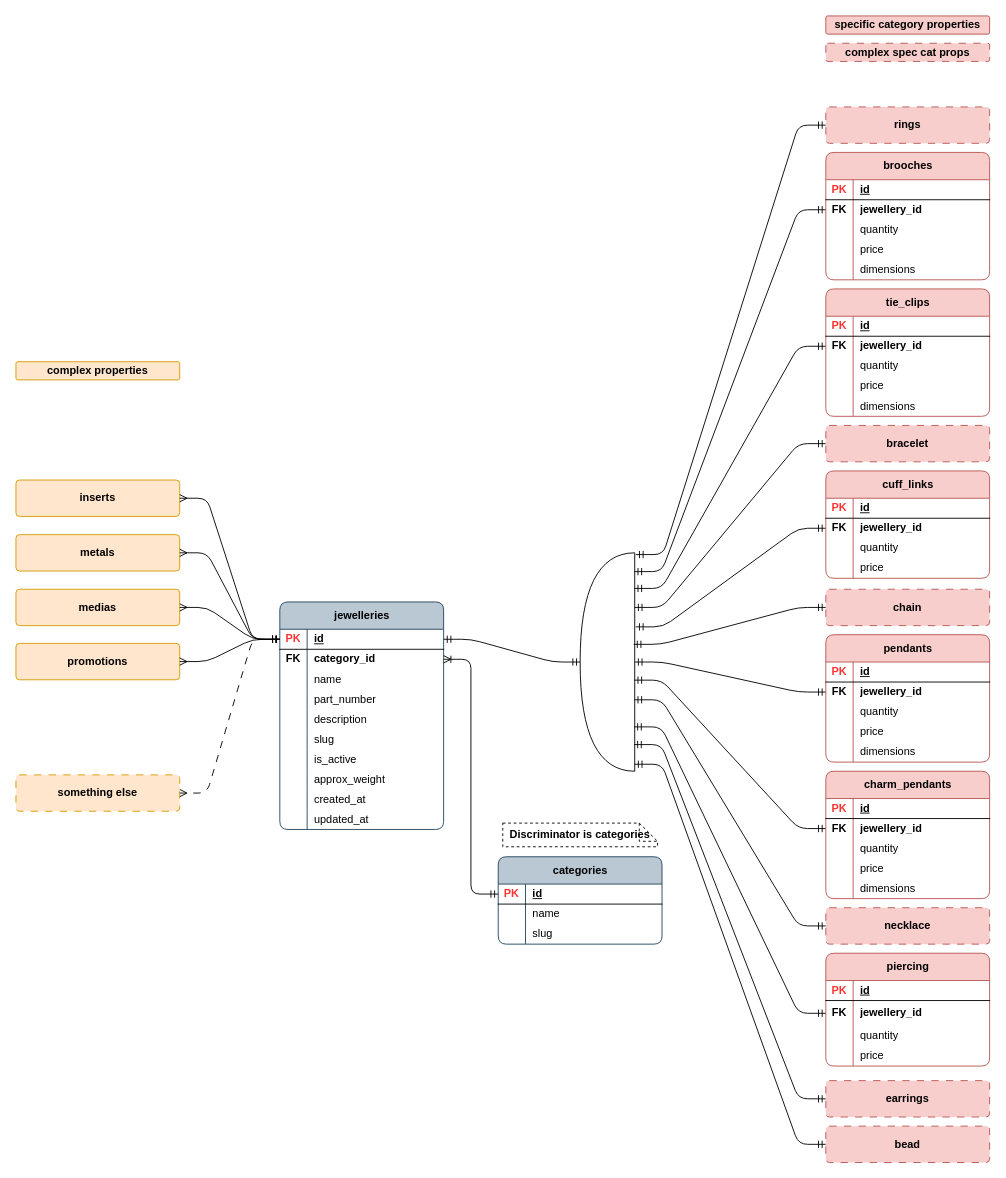
Above: page "psql_jewellery" (1 of 14) of publisher/laravel-app/psql_jewellery_items.drawio in Local-development-environment/msg-brokers-publisher-consumer (draw.io), before the change. Source tidied: cells renumbered, new cells numbered last; positions are measured from the earlier drawing's top-left corner, leaving out a move shared by most shapes. Both pictures are drawn from the tidied source at 91%, with x=0, y=0 at pixel (15, 15).
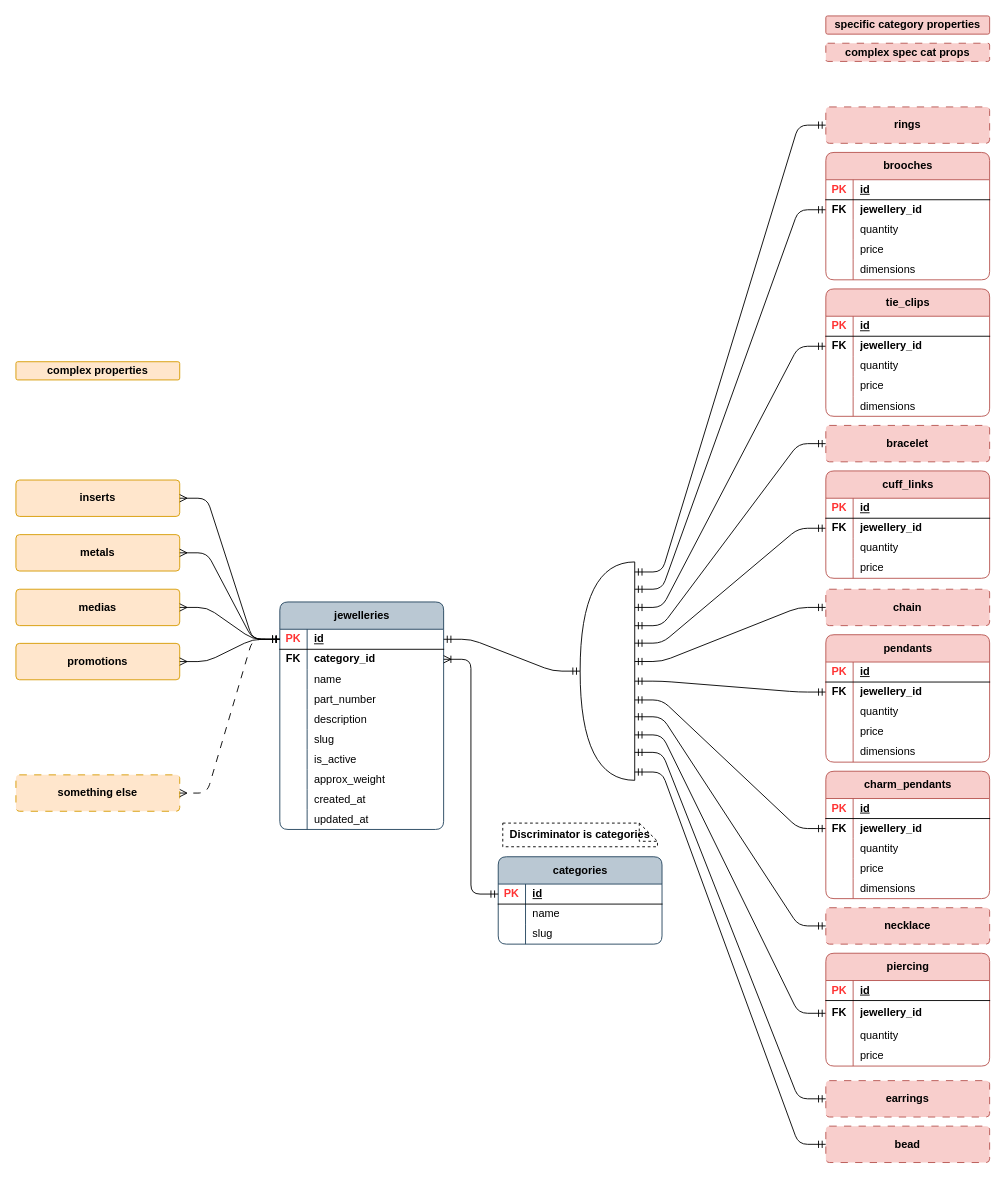
The same diagram, later.

Unchanged cells that the change refers to:
```xml
<mxCell id="62" style="shape=tableRow;horizontal=0;startSize=0;swimlaneHead=0;swimlaneBody=0;fillColor=none;points=[[0,0.5],[1,0.5]];portConstraint=eastwest;top=0;left=0;right=0;bottom=0;rounded=0;" parent="58" vertex="1">
  <mxGeometry y="52" width="180" height="22" as="geometry" />
</mxCell>
<mxCell id="74" value="&lt;b&gt;rings&lt;/b&gt;" style="rounded=1;arcSize=10;whiteSpace=wrap;html=1;align=center;fillColor=#f8cecc;strokeColor=#b85450;dashed=1;dashPattern=8 8;" parent="1" vertex="1">
  <mxGeometry x="890" y="100" width="180" height="40" as="geometry" />
</mxCell>
<mxCell id="79" style="shape=tableRow;horizontal=0;startSize=0;swimlaneHead=0;swimlaneBody=0;fillColor=none;points=[[0,0.5],[1,0.5]];portConstraint=eastwest;top=0;left=0;right=0;bottom=0;rounded=0;" parent="75" vertex="1">
  <mxGeometry y="52" width="180" height="22" as="geometry" />
</mxCell>
<mxCell id="91" value="&lt;b&gt;bracelet&lt;/b&gt;" style="rounded=1;arcSize=10;whiteSpace=wrap;html=1;align=center;fillColor=#f8cecc;strokeColor=#b85450;dashed=1;dashPattern=8 8;" parent="1" vertex="1">
  <mxGeometry x="890" y="450" width="180" height="40" as="geometry" />
</mxCell>
<mxCell id="96" style="shape=tableRow;horizontal=0;startSize=0;swimlaneHead=0;swimlaneBody=0;fillColor=none;points=[[0,0.5],[1,0.5]];portConstraint=eastwest;top=0;left=0;right=0;bottom=0;rounded=0;" parent="92" vertex="1">
  <mxGeometry y="52" width="180" height="22" as="geometry" />
</mxCell>
<mxCell id="105" value="&lt;b&gt;chain&lt;/b&gt;" style="rounded=1;arcSize=10;whiteSpace=wrap;html=1;align=center;fillColor=#f8cecc;strokeColor=#b85450;dashed=1;dashPattern=8 8;" parent="1" vertex="1">
  <mxGeometry x="890" y="630" width="180" height="40" as="geometry" />
</mxCell>
<mxCell id="110" style="shape=tableRow;horizontal=0;startSize=0;swimlaneHead=0;swimlaneBody=0;fillColor=none;points=[[0,0.5],[1,0.5]];portConstraint=eastwest;top=0;left=0;right=0;bottom=0;rounded=0;" parent="106" vertex="1">
  <mxGeometry y="52" width="180" height="22" as="geometry" />
</mxCell>
<mxCell id="126" style="shape=tableRow;horizontal=0;startSize=0;swimlaneHead=0;swimlaneBody=0;fillColor=none;points=[[0,0.5],[1,0.5]];portConstraint=eastwest;top=0;left=0;right=0;bottom=0;rounded=0;" parent="122" vertex="1">
  <mxGeometry y="52" width="180" height="22" as="geometry" />
</mxCell>
<mxCell id="138" value="&lt;b&gt;necklace&lt;/b&gt;" style="rounded=1;arcSize=10;whiteSpace=wrap;html=1;align=center;fillColor=#f8cecc;strokeColor=#b85450;dashed=1;dashPattern=8 8;" parent="1" vertex="1">
  <mxGeometry x="890" y="980" width="180" height="40" as="geometry" />
</mxCell>
<mxCell id="143" style="shape=tableRow;horizontal=0;startSize=0;swimlaneHead=0;swimlaneBody=0;fillColor=none;points=[[0,0.5],[1,0.5]];portConstraint=eastwest;top=0;left=0;right=0;bottom=0;rounded=0;" parent="139" vertex="1">
  <mxGeometry y="52" width="180" height="28" as="geometry" />
</mxCell>
<mxCell id="153" value="&lt;b&gt;bead&lt;/b&gt;" style="rounded=1;arcSize=10;whiteSpace=wrap;html=1;align=center;fillColor=#f8cecc;strokeColor=#b85450;dashed=1;dashPattern=8 8;" parent="1" vertex="1">
  <mxGeometry x="890" y="1220" width="180" height="40" as="geometry" />
</mxCell>
<mxCell id="154" value="&lt;b&gt;earrings&lt;/b&gt;" style="rounded=1;arcSize=10;whiteSpace=wrap;html=1;align=center;fillColor=#f8cecc;strokeColor=#b85450;dashed=1;dashPattern=8 8;" parent="1" vertex="1">
  <mxGeometry x="890" y="1170" width="180" height="40" as="geometry" />
</mxCell>
```

The edit, as a diff of the source:
```diff
@@
     <mxCell id="33" style="shape=or;whiteSpace=wrap;html=1;fillColor=none;direction=west;" parent="1" vertex="1">
-      <mxGeometry x="620" y="590" width="60" height="240" as="geometry" />
+      <mxGeometry x="620" y="600" width="60" height="240" as="geometry" />
     </mxCell>
-    <mxCell id="34" style="edgeStyle=entityRelationEdgeStyle;fontSize=12;html=1;endArrow=ERmandOne;startArrow=ERmandOne;rounded=1;curved=0;entryX=0;entryY=0.5;entryDx=0;entryDy=0;exitX=-0.02;exitY=0.992;exitDx=0;exitDy=0;exitPerimeter=0;" parent="1" edge="1" source="33" target="74">
+    <mxCell id="34" style="edgeStyle=entityRelationEdgeStyle;fontSize=12;html=1;endArrow=ERmandOne;startArrow=ERmandOne;rounded=1;curved=0;entryX=0;entryY=0.5;entryDx=0;entryDy=0;exitX=0;exitY=0.954;exitDx=0;exitDy=0;exitPerimeter=0;" parent="1" edge="1" source="33" target="74">
       <mxGeometry relative="1" as="geometry" />
     </mxCell>
-    <mxCell id="35" style="edgeStyle=entityRelationEdgeStyle;fontSize=12;html=1;endArrow=ERmandOne;startArrow=ERmandOne;rounded=1;curved=0;entryX=0;entryY=0.5;entryDx=0;entryDy=0;exitX=0.007;exitY=0.914;exitDx=0;exitDy=0;exitPerimeter=0;" parent="1" edge="1" source="33" target="62">
+    <mxCell id="35" style="edgeStyle=entityRelationEdgeStyle;fontSize=12;html=1;endArrow=ERmandOne;startArrow=ERmandOne;rounded=1;curved=0;entryX=0;entryY=0.5;entryDx=0;entryDy=0;exitX=0;exitY=0.875;exitDx=0;exitDy=0;exitPerimeter=0;" parent="1" edge="1" source="33" target="62">
       <mxGeometry relative="1" as="geometry" />
     </mxCell>
-    <mxCell id="36" style="edgeStyle=entityRelationEdgeStyle;fontSize=12;html=1;endArrow=ERmandOne;startArrow=ERmandOne;rounded=1;curved=0;entryX=0;entryY=0.5;entryDx=0;entryDy=0;exitX=-0.02;exitY=0.661;exitDx=0;exitDy=0;exitPerimeter=0;" parent="1" edge="1" source="33" target="96">
+    <mxCell id="36" style="edgeStyle=entityRelationEdgeStyle;fontSize=12;html=1;endArrow=ERmandOne;startArrow=ERmandOne;rounded=1;curved=0;entryX=0;entryY=0.5;entryDx=0;entryDy=0;exitX=0;exitY=0.628;exitDx=0;exitDy=0;exitPerimeter=0;" parent="1" edge="1" source="33" target="96">
       <mxGeometry relative="1" as="geometry" />
     </mxCell>
@@
-    <mxCell id="38" style="edgeStyle=entityRelationEdgeStyle;fontSize=12;html=1;endArrow=ERmandOne;startArrow=ERmandOne;rounded=1;curved=0;entryX=0;entryY=0.5;entryDx=0;entryDy=0;exitX=0.007;exitY=0.837;exitDx=0;exitDy=0;exitPerimeter=0;" parent="1" edge="1" source="33" target="79">
-      <mxGeometry relative="1" as="geometry" />
+    <mxCell id="38" style="edgeStyle=entityRelationEdgeStyle;fontSize=12;html=1;endArrow=ERmandOne;startArrow=ERmandOne;rounded=1;curved=0;entryX=0;entryY=0.5;entryDx=0;entryDy=0;" parent="1" edge="1" target="79">
+      <mxGeometry relative="1" as="geometry">
+        <mxPoint x="680" y="650" as="sourcePoint" />
+      </mxGeometry>
     </mxCell>
-    <mxCell id="39" style="edgeStyle=entityRelationEdgeStyle;fontSize=12;html=1;endArrow=ERmandOne;startArrow=ERmandOne;rounded=1;curved=0;entryX=0;entryY=0.5;entryDx=0;entryDy=0;exitX=0;exitY=0.75;exitDx=0;exitDy=0;exitPerimeter=0;" parent="1" edge="1" source="33" target="91">
+    <mxCell id="39" style="edgeStyle=entityRelationEdgeStyle;fontSize=12;html=1;endArrow=ERmandOne;startArrow=ERmandOne;rounded=1;curved=0;entryX=0;entryY=0.5;entryDx=0;entryDy=0;exitX=0;exitY=0.708;exitDx=0;exitDy=0;exitPerimeter=0;" parent="1" edge="1" source="33" target="91">
       <mxGeometry relative="1" as="geometry" />
     </mxCell>
-    <mxCell id="40" style="edgeStyle=entityRelationEdgeStyle;fontSize=12;html=1;endArrow=ERmandOne;startArrow=ERmandOne;rounded=1;curved=0;entryX=0;entryY=0.5;entryDx=0;entryDy=0;exitX=0.02;exitY=0.581;exitDx=0;exitDy=0;exitPerimeter=0;" parent="1" edge="1" source="33" target="105">
+    <mxCell id="40" style="edgeStyle=entityRelationEdgeStyle;fontSize=12;html=1;endArrow=ERmandOne;startArrow=ERmandOne;rounded=1;curved=0;entryX=0;entryY=0.5;entryDx=0;entryDy=0;exitX=0;exitY=0.544;exitDx=0;exitDy=0;exitPerimeter=0;" parent="1" edge="1" source="33" target="105">
       <mxGeometry relative="1" as="geometry" />
     </mxCell>
-    <mxCell id="41" style="edgeStyle=entityRelationEdgeStyle;fontSize=12;html=1;endArrow=ERmandOne;startArrow=ERmandOne;rounded=1;curved=0;arcSize=20;segment=30;exitX=0;exitY=0.5;exitDx=0;exitDy=0;exitPerimeter=0;entryX=0;entryY=0.5;entryDx=0;entryDy=0;" parent="1" edge="1" source="33" target="110">
+    <mxCell id="41" style="edgeStyle=entityRelationEdgeStyle;fontSize=12;html=1;endArrow=ERmandOne;startArrow=ERmandOne;rounded=1;curved=0;arcSize=20;segment=30;exitX=0;exitY=0.454;exitDx=0;exitDy=0;exitPerimeter=0;entryX=0;entryY=0.5;entryDx=0;entryDy=0;" parent="1" edge="1" source="33" target="110">
       <mxGeometry relative="1" as="geometry" />
     </mxCell>
-    <mxCell id="42" style="edgeStyle=entityRelationEdgeStyle;fontSize=12;html=1;endArrow=ERmandOne;startArrow=ERmandOne;rounded=1;curved=0;arcSize=20;segment=30;entryX=0;entryY=0.5;entryDx=0;entryDy=0;exitX=0.007;exitY=0.417;exitDx=0;exitDy=0;exitPerimeter=0;" parent="1" edge="1" source="33" target="126">
+    <mxCell id="42" style="edgeStyle=entityRelationEdgeStyle;fontSize=12;html=1;endArrow=ERmandOne;startArrow=ERmandOne;rounded=1;curved=0;arcSize=20;segment=30;entryX=0;entryY=0.5;entryDx=0;entryDy=0;exitX=0;exitY=0.368;exitDx=0;exitDy=0;exitPerimeter=0;" parent="1" edge="1" source="33" target="126">
       <mxGeometry relative="1" as="geometry" />
     </mxCell>
-    <mxCell id="43" style="edgeStyle=entityRelationEdgeStyle;fontSize=12;html=1;endArrow=ERmandOne;startArrow=ERmandOne;rounded=1;curved=0;arcSize=20;segment=30;exitX=0.007;exitY=0.327;exitDx=0;exitDy=0;exitPerimeter=0;entryX=0;entryY=0.5;entryDx=0;entryDy=0;" parent="1" edge="1" source="33" target="138">
+    <mxCell id="43" style="edgeStyle=entityRelationEdgeStyle;fontSize=12;html=1;endArrow=ERmandOne;startArrow=ERmandOne;rounded=1;curved=0;arcSize=20;segment=30;entryX=0;entryY=0.5;entryDx=0;entryDy=0;exitX=0;exitY=0.291;exitDx=0;exitDy=0;exitPerimeter=0;" parent="1" edge="1" source="33" target="138">
       <mxGeometry relative="1" as="geometry" />
     </mxCell>
-    <mxCell id="44" style="edgeStyle=entityRelationEdgeStyle;fontSize=12;html=1;endArrow=ERmandOne;startArrow=ERmandOne;rounded=1;curved=0;arcSize=20;segment=30;exitX=0.013;exitY=0.203;exitDx=0;exitDy=0;exitPerimeter=0;entryX=0;entryY=0.5;entryDx=0;entryDy=0;" parent="1" edge="1" source="33" target="143">
+    <mxCell id="44" style="edgeStyle=entityRelationEdgeStyle;fontSize=12;html=1;endArrow=ERmandOne;startArrow=ERmandOne;rounded=1;curved=0;arcSize=20;segment=30;entryX=0;entryY=0.5;entryDx=0;entryDy=0;exitX=0;exitY=0.208;exitDx=0;exitDy=0;exitPerimeter=0;" parent="1" edge="1" source="33" target="143">
       <mxGeometry relative="1" as="geometry" />
     </mxCell>
-    <mxCell id="45" style="edgeStyle=entityRelationEdgeStyle;fontSize=12;html=1;endArrow=ERmandOne;startArrow=ERmandOne;rounded=1;curved=0;arcSize=20;segment=30;exitX=0.013;exitY=0.122;exitDx=0;exitDy=0;exitPerimeter=0;entryX=0;entryY=0.5;entryDx=0;entryDy=0;" parent="1" edge="1" source="33" target="154">
+    <mxCell id="45" style="edgeStyle=entityRelationEdgeStyle;fontSize=12;html=1;endArrow=ERmandOne;startArrow=ERmandOne;rounded=1;curved=0;arcSize=20;segment=30;entryX=0;entryY=0.5;entryDx=0;entryDy=0;exitX=0;exitY=0.128;exitDx=0;exitDy=0;exitPerimeter=0;" parent="1" edge="1" source="33" target="154">
       <mxGeometry relative="1" as="geometry" />
     </mxCell>
@@
-    <mxCell id="152" style="edgeStyle=entityRelationEdgeStyle;fontSize=12;html=1;endArrow=ERmandOne;startArrow=ERmandOne;rounded=1;curved=0;arcSize=20;segment=30;entryX=0;entryY=0.5;entryDx=0;entryDy=0;exitX=0;exitY=0.032;exitDx=0;exitDy=0;exitPerimeter=0;" parent="1" edge="1" source="33" target="153">
+    <mxCell id="152" style="edgeStyle=entityRelationEdgeStyle;fontSize=12;html=1;endArrow=ERmandOne;startArrow=ERmandOne;rounded=1;curved=0;arcSize=20;segment=30;entryX=0;entryY=0.5;entryDx=0;entryDy=0;exitX=0;exitY=0.038;exitDx=0;exitDy=0;exitPerimeter=0;" parent="1" edge="1" source="33" target="153">
       <mxGeometry relative="1" as="geometry">
         <Array as="points">
           <mxPoint x="700" y="860" />
         </Array>
       </mxGeometry>
     </mxCell>
```
